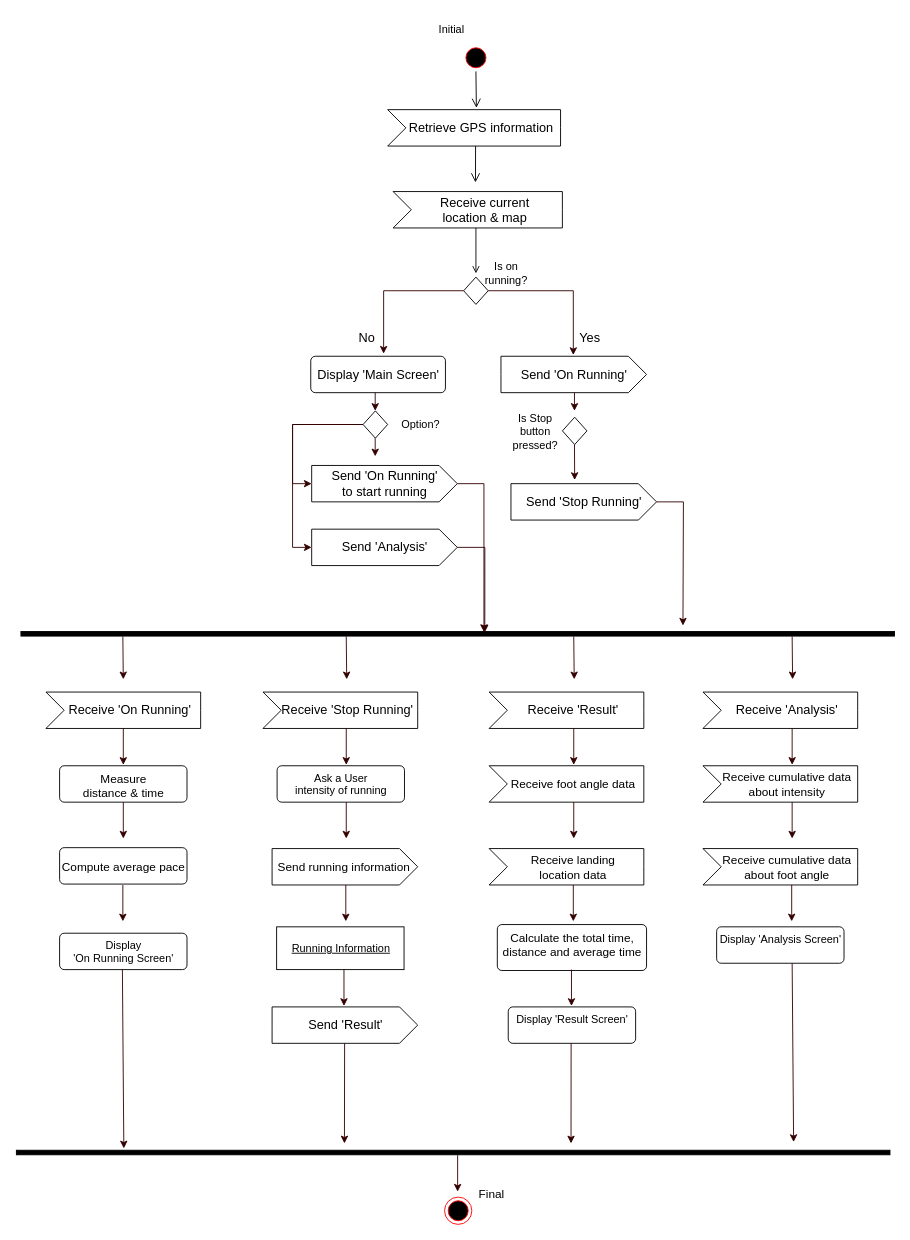
Earlier version of the draw.io diagram MonitoringRunningGait.drawio (mjkim1019/SoftwareEngineering). Source tidied: cells renumbered, new cells numbered last; positions are measured from the earlier drawing's top-left corner, leaving out a move shared by most shapes. Both pictures are drawn from the tidied source at 91%, with x=0, y=0 at pixel (46, 15).
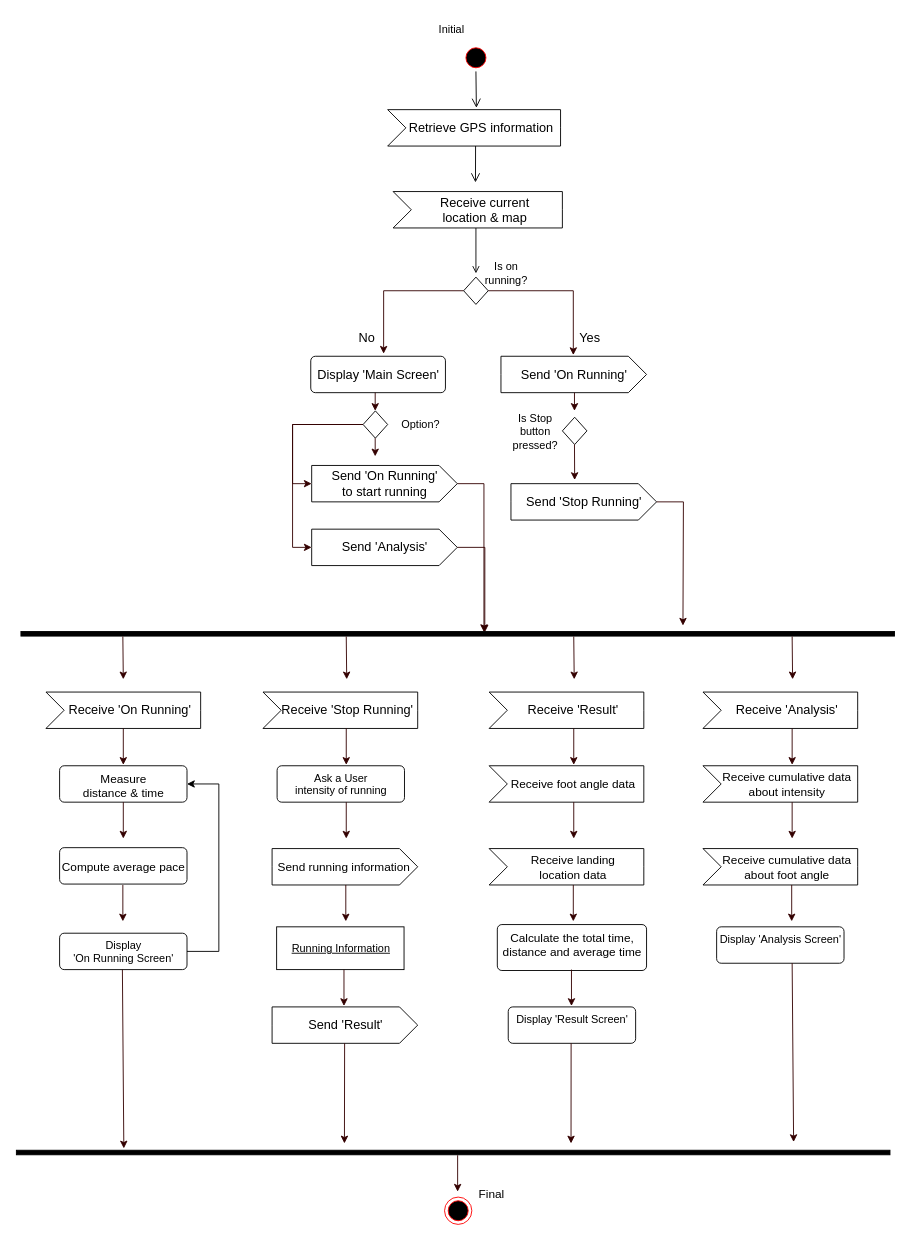
After the change.

Unchanged cells that the change refers to:
```xml
<mxCell id="9" value="&lt;font style=&quot;font-size: 13px;&quot;&gt;Measure &lt;br&gt;distance &amp;amp; time&lt;/font&gt;" style="html=1;align=center;verticalAlign=top;rounded=1;absoluteArcSize=1;arcSize=10;dashed=0;" parent="1" vertex="1">
  <mxGeometry x="15" y="824" width="140" height="40" as="geometry" />
</mxCell>
<mxCell id="29" value="Display &lt;br&gt;'On Running Screen'" style="html=1;align=center;verticalAlign=top;rounded=1;absoluteArcSize=1;arcSize=10;dashed=0;" parent="1" vertex="1">
  <mxGeometry x="15" y="1008" width="140" height="40" as="geometry" />
</mxCell>
```

What changed in the source:
```diff
@@
+    <mxCell id="78" style="edgeStyle=orthogonalEdgeStyle;rounded=0;jettySize=auto;html=1;exitX=1;exitY=0.5;exitDx=0;exitDy=0;entryX=1;entryY=0.5;entryDx=0;entryDy=0;" parent="1" edge="1" source="29" target="9">
+      <mxGeometry relative="1" as="geometry">
+        <Array as="points">
+          <mxPoint x="190" y="1028" />
+          <mxPoint x="190" y="844" />
+        </Array>
+      </mxGeometry>
+    </mxCell>
```
